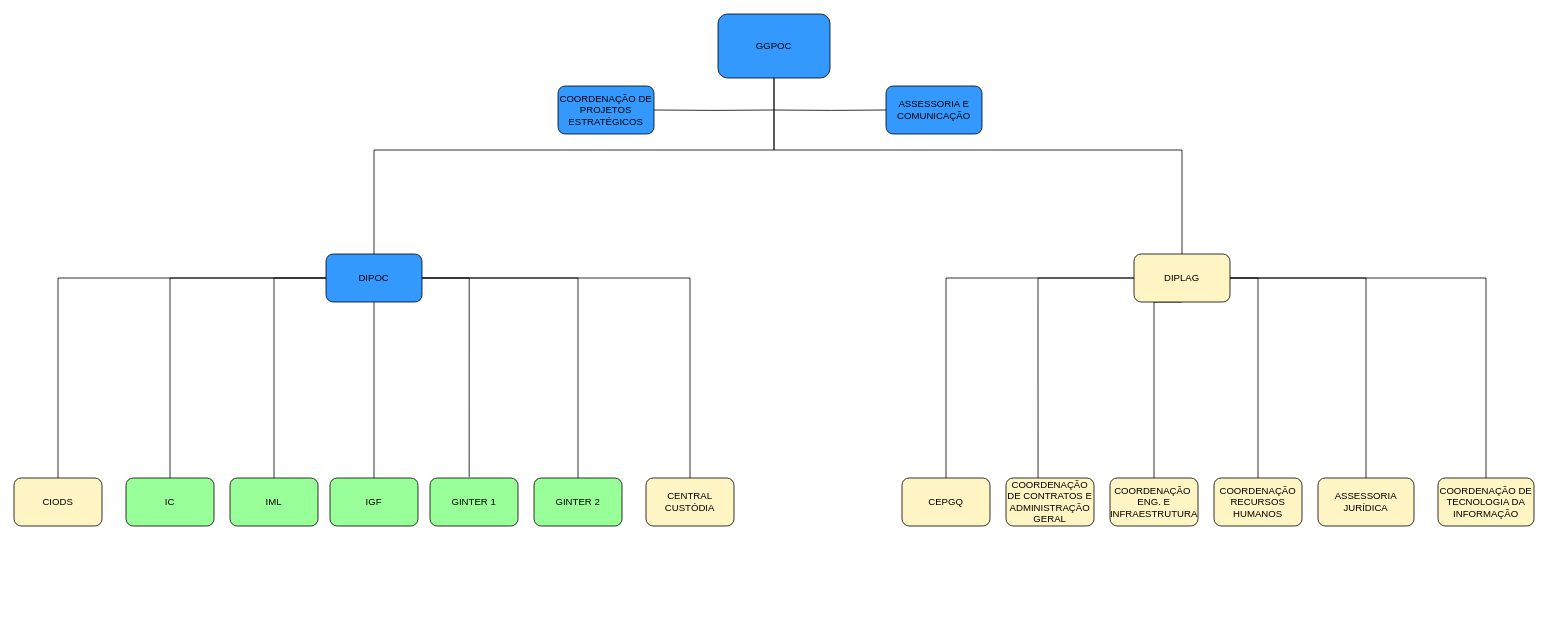
This is GGPOC.drawio from jpaulocts/labquim, a draw.io file, before an edit. Source tidied: cells renumbered, new cells numbered last; positions are measured from the earlier drawing's top-left corner, leaving out a move shared by most shapes. Both pictures are drawn from the tidied source at 80%, with x=0, y=0 at pixel (14, 14).
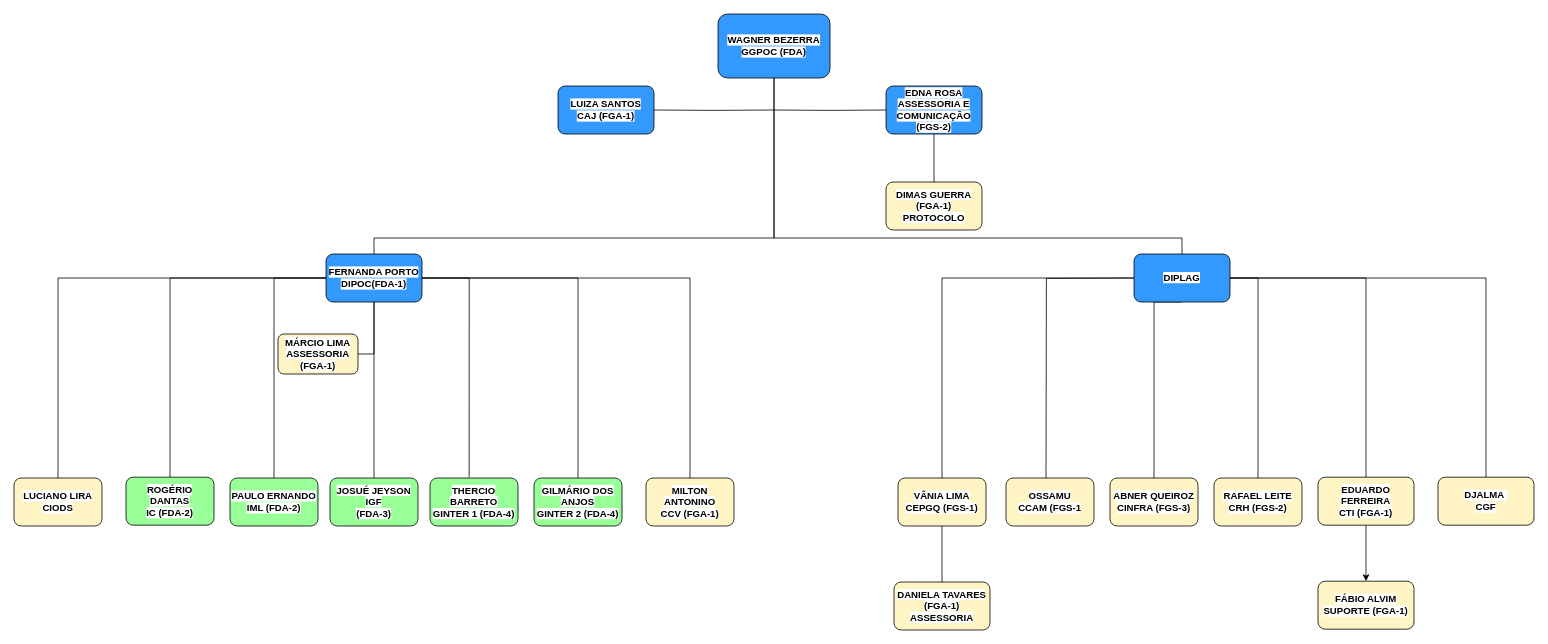
Above is the later version.

What changed in the source:
```diff
@@
-    <mxCell id="4" value="GGPOC" style="rounded=1;whiteSpace=wrap;html=1;fillColor=#3399FF;" parent="1" vertex="1">
+    <mxCell id="4" value="&lt;div&gt;&lt;b style=&quot;background-color: light-dark(#ffffff, var(--ge-dark-color, #121212));&quot;&gt;WAGNER BEZERRA&lt;/b&gt;&lt;/div&gt;&lt;b style=&quot;background-color: light-dark(#ffffff, var(--ge-dark-color, #121212));&quot;&gt;GGPOC (FDA)&lt;/b&gt;" style="rounded=1;whiteSpace=wrap;html=1;fillColor=#3399FF;" parent="1" vertex="1">
       <mxGeometry x="880" width="140" height="80" as="geometry" />
     </mxCell>
@@
-    <mxCell id="8" style="edgeStyle=orthogonalEdgeStyle;rounded=0;jettySize=auto;html=1;exitX=1;exitY=0.5;exitDx=0;exitDy=0;entryX=0.5;entryY=0;entryDx=0;entryDy=0;endArrow=none;endFill=0;" parent="1" edge="1" source="10" target="35">
-      <mxGeometry relative="1" as="geometry" />
-    </mxCell>
@@
+    <mxCell id="37" style="edgeStyle=orthogonalEdgeStyle;rounded=0;jettySize=auto;html=1;exitX=1;exitY=0.5;exitDx=0;exitDy=0;endArrow=none;endFill=0;" parent="1" edge="1" source="10" target="41">
+      <mxGeometry relative="1" as="geometry" />
+    </mxCell>
-    <mxCell id="10" value="DIPLAG" style="rounded=1;whiteSpace=wrap;html=1;fillColor=#FFF4C3;" parent="1" vertex="1">
+    <mxCell id="10" value="&lt;b style=&quot;background-color: light-dark(#ffffff, var(--ge-dark-color, #121212));&quot;&gt;DIPLAG&lt;/b&gt;" style="rounded=1;whiteSpace=wrap;html=1;fillColor=#3399FF;" parent="1" vertex="1">
       <mxGeometry x="1400" y="300" width="120" height="60" as="geometry" />
     </mxCell>
@@
+    <mxCell id="38" style="edgeStyle=orthogonalEdgeStyle;rounded=0;jettySize=auto;html=1;exitX=0.5;exitY=1;exitDx=0;exitDy=0;entryX=1;entryY=0.5;entryDx=0;entryDy=0;endArrow=none;endFill=0;" parent="1" edge="1" source="17" target="43">
+      <mxGeometry relative="1" as="geometry" />
+    </mxCell>
-    <mxCell id="17" value="DIPOC" style="rounded=1;whiteSpace=wrap;html=1;fillColor=#3399FF;" parent="1" vertex="1">
+    <mxCell id="17" value="&lt;b style=&quot;background-color: light-dark(#ffffff, var(--ge-dark-color, #121212));&quot;&gt;FERNANDA PORTO&lt;/b&gt;&lt;div&gt;&lt;b style=&quot;background-color: light-dark(#ffffff, var(--ge-dark-color, #121212));&quot;&gt;DIPOC(FDA-1)&lt;/b&gt;&lt;/div&gt;" style="rounded=1;whiteSpace=wrap;html=1;fillColor=#3399FF;" parent="1" vertex="1">
       <mxGeometry x="390" y="300" width="120" height="60" as="geometry" />
     </mxCell>
     <mxCell id="18" style="endArrow=none;html=1;rounded=0;exitX=0.5;exitY=0;exitDx=0;exitDy=0;entryX=0.5;entryY=1;entryDx=0;entryDy=0;" parent="1" edge="1" source="17" target="4">
       <mxGeometry relative="1" as="geometry">
         <Array as="points">
-          <mxPoint x="450" y="170" />
-          <mxPoint x="580" y="170" />
-          <mxPoint x="950" y="170" />
+          <mxPoint x="450" y="280" />
+          <mxPoint x="590" y="280" />
+          <mxPoint x="950" y="280" />
         </Array>
       </mxGeometry>
     </mxCell>
     <mxCell id="19" style="endArrow=none;html=1;rounded=0;entryX=0.5;entryY=0;entryDx=0;entryDy=0;exitX=0.5;exitY=1;exitDx=0;exitDy=0;" parent="1" edge="1" source="4" target="10">
       <mxGeometry relative="1" as="geometry">
         <Array as="points">
-          <mxPoint x="950" y="170" />
-          <mxPoint x="1340" y="170" />
-          <mxPoint x="1460" y="170" />
+          <mxPoint x="950" y="280" />
+          <mxPoint x="1150" y="280" />
+          <mxPoint x="1330" y="280" />
+          <mxPoint x="1460" y="280" />
         </Array>
       </mxGeometry>
     </mxCell>
-    <mxCell id="20" value="IC" style="rounded=1;whiteSpace=wrap;html=1;fillColor=#99FF99;" parent="1" vertex="1">
-      <mxGeometry x="140" y="580" width="110" height="60" as="geometry" />
+    <mxCell id="20" value="&lt;div&gt;&lt;b style=&quot;background-color: light-dark(#ffffff, var(--ge-dark-color, #121212));&quot;&gt;ROGÉRIO DANTAS&lt;/b&gt;&lt;/div&gt;&lt;b style=&quot;background-color: light-dark(#ffffff, var(--ge-dark-color, #121212));&quot;&gt;IC (FDA-2)&lt;/b&gt;" style="rounded=1;whiteSpace=wrap;html=1;fillColor=#99FF99;" parent="1" vertex="1">
+      <mxGeometry x="140" y="579" width="110" height="60" as="geometry" />
     </mxCell>
-    <mxCell id="21" value="IML" style="rounded=1;whiteSpace=wrap;html=1;fillColor=#99FF99;" parent="1" vertex="1">
+    <mxCell id="21" value="&lt;div&gt;&lt;b style=&quot;background-color: light-dark(#ffffff, var(--ge-dark-color, #121212));&quot;&gt;PAULO ERNANDO&lt;/b&gt;&lt;/div&gt;&lt;b style=&quot;background-color: light-dark(#ffffff, var(--ge-dark-color, #121212));&quot;&gt;IML (FDA-2)&lt;/b&gt;" style="rounded=1;whiteSpace=wrap;html=1;fillColor=#99FF99;" parent="1" vertex="1">
       <mxGeometry x="270" y="580" width="110" height="60" as="geometry" />
     </mxCell>
-    <mxCell id="22" value="IGF" style="rounded=1;whiteSpace=wrap;html=1;fillColor=#99FF99;" parent="1" vertex="1">
+    <mxCell id="22" value="&lt;div&gt;&lt;b style=&quot;background-color: light-dark(#ffffff, var(--ge-dark-color, #121212));&quot;&gt;JOSUÉ JEYSON&lt;/b&gt;&lt;/div&gt;&lt;b style=&quot;background-color: light-dark(#ffffff, var(--ge-dark-color, #121212));&quot;&gt;IGF&lt;/b&gt;&lt;div&gt;&lt;b style=&quot;background-color: light-dark(#ffffff, var(--ge-dark-color, #121212));&quot;&gt;(FDA-3)&lt;/b&gt;&lt;/div&gt;" style="rounded=1;whiteSpace=wrap;html=1;fillColor=#99FF99;" parent="1" vertex="1">
       <mxGeometry x="395" y="580" width="110" height="60" as="geometry" />
     </mxCell>
-    <mxCell id="23" value="GINTER 2" style="rounded=1;whiteSpace=wrap;html=1;fillColor=#99FF99;" parent="1" vertex="1">
+    <mxCell id="23" value="&lt;div&gt;&lt;b style=&quot;background-color: light-dark(#ffffff, var(--ge-dark-color, #121212));&quot;&gt;GILMÁRIO DOS ANJOS&lt;/b&gt;&lt;/div&gt;&lt;b style=&quot;background-color: light-dark(#ffffff, var(--ge-dark-color, #121212));&quot;&gt;GINTER 2 (FDA-4)&lt;/b&gt;" style="rounded=1;whiteSpace=wrap;html=1;fillColor=#99FF99;" parent="1" vertex="1">
       <mxGeometry x="650" y="580" width="110" height="60" as="geometry" />
     </mxCell>
-    <mxCell id="24" value="GINTER 1" style="rounded=1;whiteSpace=wrap;html=1;fillColor=#99FF99;" parent="1" vertex="1">
+    <mxCell id="24" value="&lt;div&gt;&lt;b style=&quot;background-color: light-dark(#ffffff, var(--ge-dark-color, #121212));&quot;&gt;THERCIO BARRETO&lt;/b&gt;&lt;/div&gt;&lt;b style=&quot;background-color: light-dark(#ffffff, var(--ge-dark-color, #121212));&quot;&gt;GINTER 1 (FDA-4)&lt;/b&gt;" style="rounded=1;whiteSpace=wrap;html=1;fillColor=#99FF99;" parent="1" vertex="1">
       <mxGeometry x="520" y="580" width="110" height="60" as="geometry" />
     </mxCell>
@@
-    <mxCell id="26" value="CEPGQ" style="rounded=1;whiteSpace=wrap;html=1;fillColor=#FFF4C3;" parent="1" vertex="1">
-      <mxGeometry x="1110" y="580" width="110" height="60" as="geometry" />
+    <mxCell id="26" value="&lt;div&gt;&lt;font style=&quot;vertical-align: inherit; background-color: light-dark(#ffffff, var(--ge-dark-color, #121212));&quot;&gt;&lt;b&gt;VÂNIA LIMA&lt;/b&gt;&lt;/font&gt;&lt;/div&gt;&lt;font style=&quot;vertical-align: inherit; background-color: light-dark(#ffffff, var(--ge-dark-color, #121212));&quot;&gt;&lt;b&gt;CEPGQ (FGS-1)&lt;/b&gt;&lt;/font&gt;" style="rounded=1;whiteSpace=wrap;html=1;fillColor=#FFF4C3;" parent="1" vertex="1">
+      <mxGeometry x="1105" y="580" width="110" height="60" as="geometry" />
     </mxCell>
-    <mxCell id="27" value="COORDENAÇÃO DE CONTRATOS E ADMINISTRAÇÃO GERAL" style="rounded=1;whiteSpace=wrap;html=1;fillColor=#FFF4C3;" parent="1" vertex="1">
+    <mxCell id="27" value="&lt;div&gt;&lt;span style=&quot;background-color: light-dark(#ffffff, var(--ge-dark-color, #121212));&quot;&gt;&lt;b&gt;OSSAMU&lt;/b&gt;&lt;/span&gt;&lt;/div&gt;&lt;span style=&quot;background-color: light-dark(#ffffff, var(--ge-dark-color, #121212));&quot;&gt;&lt;b&gt;CCAM (FGS-1&lt;/b&gt;&lt;/span&gt;" style="rounded=1;whiteSpace=wrap;html=1;fillColor=#FFF4C3;" parent="1" vertex="1">
       <mxGeometry x="1240" y="580" width="110" height="60" as="geometry" />
     </mxCell>
-    <mxCell id="28" value="COORDENAÇÃO&amp;nbsp; ENG. E INFRAESTRUTURA" style="rounded=1;whiteSpace=wrap;html=1;fillColor=#FFF4C3;" parent="1" vertex="1">
+    <mxCell id="28" value="&lt;div&gt;&lt;font style=&quot;vertical-align: inherit; background-color: light-dark(#ffffff, var(--ge-dark-color, #121212));&quot;&gt;&lt;b&gt;ABNER QUEIROZ&lt;/b&gt;&lt;/font&gt;&lt;/div&gt;&lt;font style=&quot;vertical-align: inherit; background-color: light-dark(#ffffff, var(--ge-dark-color, #121212));&quot;&gt;&lt;b&gt;CINFRA (FGS-3)&lt;/b&gt;&lt;/font&gt;" style="rounded=1;whiteSpace=wrap;html=1;fillColor=#FFF4C3;" parent="1" vertex="1">
       <mxGeometry x="1370" y="580" width="110" height="60" as="geometry" />
     </mxCell>
-    <mxCell id="29" value="COORDENAÇÃO&lt;div&gt;RECURSOS HUMANOS&lt;/div&gt;" style="rounded=1;whiteSpace=wrap;html=1;fillColor=#FFF4C3;" parent="1" vertex="1">
+    <mxCell id="29" value="&lt;div&gt;&lt;span style=&quot;background-color: light-dark(#ffffff, var(--ge-dark-color, #121212));&quot;&gt;&lt;b&gt;RAFAEL LEITE&lt;/b&gt;&lt;/span&gt;&lt;/div&gt;&lt;span style=&quot;background-color: light-dark(#ffffff, var(--ge-dark-color, #121212));&quot;&gt;&lt;b&gt;CRH (FGS-2)&lt;/b&gt;&lt;/span&gt;" style="rounded=1;whiteSpace=wrap;html=1;fillColor=#FFF4C3;" parent="1" vertex="1">
       <mxGeometry x="1500" y="580" width="110" height="60" as="geometry" />
     </mxCell>
+    <mxCell id="39" style="edgeStyle=orthogonalEdgeStyle;rounded=0;jettySize=auto;html=1;exitX=0.5;exitY=1;exitDx=0;exitDy=0;entryX=0.5;entryY=0;entryDx=0;entryDy=0;endArrow=none;endFill=0;" parent="1" edge="1" source="30" target="46">
+      <mxGeometry relative="1" as="geometry" />
+    </mxCell>
-    <mxCell id="30" value="ASSESSORIA E COMUNICAÇÃO" style="whiteSpace=wrap;html=1;fillColor=#3399FF;rounded=1;" parent="1" vertex="1">
+    <mxCell id="30" value="&lt;div&gt;&lt;b style=&quot;background-color: light-dark(#ffffff, var(--ge-dark-color, #121212));&quot;&gt;EDNA ROSA&lt;/b&gt;&lt;/div&gt;&lt;b style=&quot;background-color: light-dark(#ffffff, var(--ge-dark-color, #121212));&quot;&gt;ASSESSORIA E COMUNICAÇÃO (FGS-2)&lt;/b&gt;" style="whiteSpace=wrap;html=1;fillColor=#3399FF;rounded=1;" parent="1" vertex="1">
       <mxGeometry x="1090" y="90" width="120" height="60" as="geometry" />
     </mxCell>
-    <mxCell id="31" value="COORDENAÇÃO DE PROJETOS ESTRATÉGICOS" style="whiteSpace=wrap;html=1;fillColor=#3399FF;rounded=1;" parent="1" vertex="1">
+    <mxCell id="31" value="&lt;div&gt;&lt;span style=&quot;background-color: light-dark(#ffffff, var(--ge-dark-color, #121212));&quot;&gt;&lt;b&gt;LUIZA SANTOS&lt;/b&gt;&lt;/span&gt;&lt;/div&gt;&lt;span style=&quot;background-color: light-dark(#ffffff, var(--ge-dark-color, #121212));&quot;&gt;&lt;b&gt;CAJ (FGA-1)&lt;/b&gt;&lt;/span&gt;" style="whiteSpace=wrap;html=1;fillColor=#3399FF;rounded=1;" parent="1" vertex="1">
       <mxGeometry x="680" y="90" width="120" height="60" as="geometry" />
     </mxCell>
-    <mxCell id="32" style="edgeStyle=orthogonalEdgeStyle;rounded=0;jettySize=auto;html=1;exitX=0;exitY=0.5;exitDx=0;exitDy=0;entryX=0.364;entryY=0;entryDx=0;entryDy=0;entryPerimeter=0;endArrow=none;endFill=0;" parent="1" edge="1" source="10" target="27">
-      <mxGeometry relative="1" as="geometry" />
+    <mxCell id="32" style="edgeStyle=orthogonalEdgeStyle;rounded=0;orthogonalLoop=1;jettySize=auto;html=1;entryX=0.364;entryY=0;entryDx=0;entryDy=0;entryPerimeter=0;endArrow=none;endFill=0;" parent="1" edge="1">
+      <mxGeometry relative="1" as="geometry">
+        <mxPoint x="1400" y="330" as="sourcePoint" />
+        <mxPoint x="1290" y="580" as="targetPoint" />
+      </mxGeometry>
     </mxCell>
-    <mxCell id="33" value="CIODS" style="rounded=1;whiteSpace=wrap;html=1;fillColor=#FFF4C3;" parent="1" vertex="1">
+    <mxCell id="33" value="&lt;div&gt;&lt;b style=&quot;background-color: light-dark(#ffffff, var(--ge-dark-color, #121212));&quot;&gt;LUCIANO LIRA&lt;/b&gt;&lt;/div&gt;&lt;b style=&quot;background-color: light-dark(#ffffff, var(--ge-dark-color, #121212));&quot;&gt;CIODS&lt;/b&gt;" style="rounded=1;whiteSpace=wrap;html=1;fillColor=#FFF4C3;" parent="1" vertex="1">
       <mxGeometry y="580" width="110" height="60" as="geometry" />
     </mxCell>
-    <mxCell id="34" value="CENTRAL CUSTÓDIA" style="rounded=1;whiteSpace=wrap;html=1;fillColor=#FFF4C3;" parent="1" vertex="1">
+    <mxCell id="34" value="&lt;div&gt;&lt;b style=&quot;background-color: light-dark(#ffffff, var(--ge-dark-color, #121212));&quot;&gt;MILTON ANTONINO&lt;/b&gt;&lt;/div&gt;&lt;b style=&quot;background-color: light-dark(#ffffff, var(--ge-dark-color, #121212));&quot;&gt;CCV (FGA-1)&lt;/b&gt;" style="rounded=1;whiteSpace=wrap;html=1;fillColor=#FFF4C3;" parent="1" vertex="1">
       <mxGeometry x="790" y="580" width="110" height="60" as="geometry" />
     </mxCell>
-    <mxCell id="35" value="ASSESSORIA JURÍDICA" style="whiteSpace=wrap;html=1;fillColor=#FFF4C3;rounded=1;" parent="1" vertex="1">
-      <mxGeometry x="1630" y="580" width="120" height="60" as="geometry" />
-    </mxCell>
+    <mxCell id="40" style="edgeStyle=orthogonalEdgeStyle;rounded=0;jettySize=auto;html=1;exitX=0.5;exitY=1;exitDx=0;exitDy=0;entryX=0.5;entryY=0;entryDx=0;entryDy=0;" parent="1" edge="1" source="36" target="42">
+      <mxGeometry relative="1" as="geometry" />
+    </mxCell>
-    <mxCell id="36" value="COORDENAÇÃO DE TECNOLOGIA DA INFORMAÇÃO" style="whiteSpace=wrap;html=1;fillColor=#FFF4C3;rounded=1;" parent="1" vertex="1">
-      <mxGeometry x="1780" y="580" width="120" height="60" as="geometry" />
+    <mxCell id="36" value="&lt;div&gt;&lt;span style=&quot;background-color: light-dark(#ffffff, var(--ge-dark-color, #121212));&quot;&gt;&lt;b&gt;EDUARDO FERREIRA&lt;/b&gt;&lt;/span&gt;&lt;/div&gt;&lt;span style=&quot;background-color: light-dark(#ffffff, var(--ge-dark-color, #121212));&quot;&gt;&lt;b&gt;CTI (FGA-1)&lt;/b&gt;&lt;/span&gt;" style="whiteSpace=wrap;html=1;fillColor=#FFF4C3;rounded=1;" parent="1" vertex="1">
+      <mxGeometry x="1630" y="579" width="120" height="60" as="geometry" />
     </mxCell>
+    <mxCell id="41" value="&lt;span style=&quot;background-color: rgb(255, 255, 255);&quot;&gt;&lt;b&gt;DJALMA&amp;nbsp;&lt;/b&gt;&lt;/span&gt;&lt;div&gt;&lt;span style=&quot;background-color: rgb(255, 255, 255);&quot;&gt;&lt;b&gt;CGF&lt;/b&gt;&lt;/span&gt;&lt;/div&gt;" style="whiteSpace=wrap;html=1;fillColor=#FFF4C3;rounded=1;" parent="1" vertex="1">
+      <mxGeometry x="1780" y="579" width="120" height="60" as="geometry" />
+    </mxCell>
+    <mxCell id="42" value="&lt;div&gt;&lt;b style=&quot;background-color: light-dark(#ffffff, var(--ge-dark-color, #121212));&quot;&gt;FÁBIO ALVIM&lt;/b&gt;&lt;/div&gt;&lt;b style=&quot;background-color: light-dark(#ffffff, var(--ge-dark-color, #121212));&quot;&gt;SUPORTE (FGA-1)&lt;/b&gt;" style="whiteSpace=wrap;html=1;fillColor=#FFF4C3;rounded=1;" parent="1" vertex="1">
+      <mxGeometry x="1630" y="709" width="120" height="60" as="geometry" />
+    </mxCell>
+    <mxCell id="43" value="&lt;div&gt;&lt;b style=&quot;background-color: light-dark(#ffffff, var(--ge-dark-color, #121212));&quot;&gt;MÁRCIO LIMA&lt;/b&gt;&lt;/div&gt;&lt;b style=&quot;background-color: light-dark(#ffffff, var(--ge-dark-color, #121212));&quot;&gt;ASSESSORIA (FGA-1)&lt;/b&gt;" style="whiteSpace=wrap;html=1;fillColor=#FFF4C3;rounded=1;" parent="1" vertex="1">
+      <mxGeometry x="330" y="400" width="100" height="50" as="geometry" />
+    </mxCell>
+    <mxCell id="44" style="edgeStyle=orthogonalEdgeStyle;rounded=0;jettySize=auto;html=1;exitX=0.5;exitY=0;exitDx=0;exitDy=0;entryX=0.5;entryY=1;entryDx=0;entryDy=0;endArrow=none;endFill=0;" parent="1" edge="1" source="45" target="26">
+      <mxGeometry relative="1" as="geometry" />
+    </mxCell>
+    <mxCell id="45" value="&lt;span style=&quot;background-color: light-dark(#ffffff, var(--ge-dark-color, #121212));&quot;&gt;&lt;b&gt;DANIELA TAVARES&lt;/b&gt;&lt;/span&gt;&lt;div&gt;&lt;span style=&quot;background-color: light-dark(#ffffff, var(--ge-dark-color, #121212));&quot;&gt;&lt;b&gt;(FGA-1)&lt;/b&gt;&lt;/span&gt;&lt;/div&gt;&lt;div&gt;&lt;span style=&quot;background-color: light-dark(#ffffff, var(--ge-dark-color, #121212));&quot;&gt;&lt;b&gt;ASSESSORIA&lt;/b&gt;&lt;/span&gt;&lt;/div&gt;" style="whiteSpace=wrap;html=1;fillColor=#FFF4C3;rounded=1;" parent="1" vertex="1">
+      <mxGeometry x="1100" y="710" width="120" height="60" as="geometry" />
+    </mxCell>
+    <mxCell id="46" value="&lt;b style=&quot;background-color: light-dark(#ffffff, var(--ge-dark-color, #121212));&quot;&gt;DIMAS GUERRA (FGA-1) PROTOCOLO&lt;/b&gt;" style="whiteSpace=wrap;html=1;fillColor=#FFF4C3;rounded=1;" parent="1" vertex="1">
+      <mxGeometry x="1090" y="210" width="120" height="60" as="geometry" />
+    </mxCell>
```
